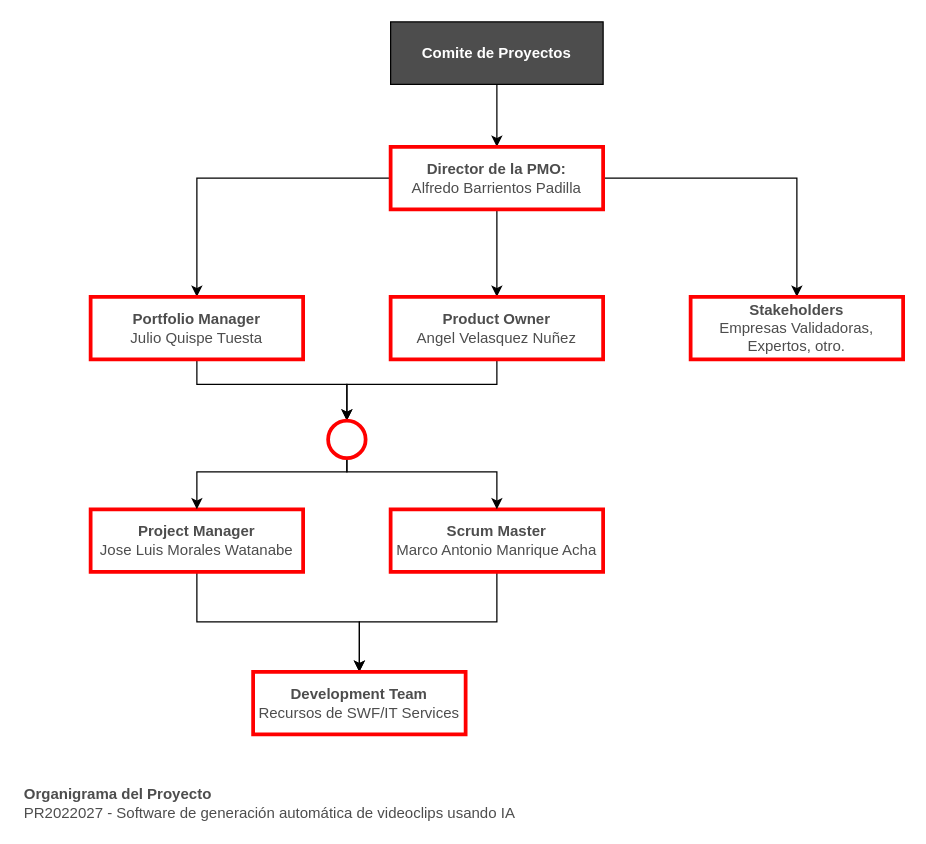
Above: drawio-diagrams/Organigrama.drawio in PR2022027/.github (draw.io), before the change. Source tidied: cells renumbered, new cells numbered last; positions are measured from the earlier drawing's top-left corner, leaving out a move shared by most shapes. Both pictures are drawn from the tidied source at 125%, with x=0, y=0 at pixel (21, 21).
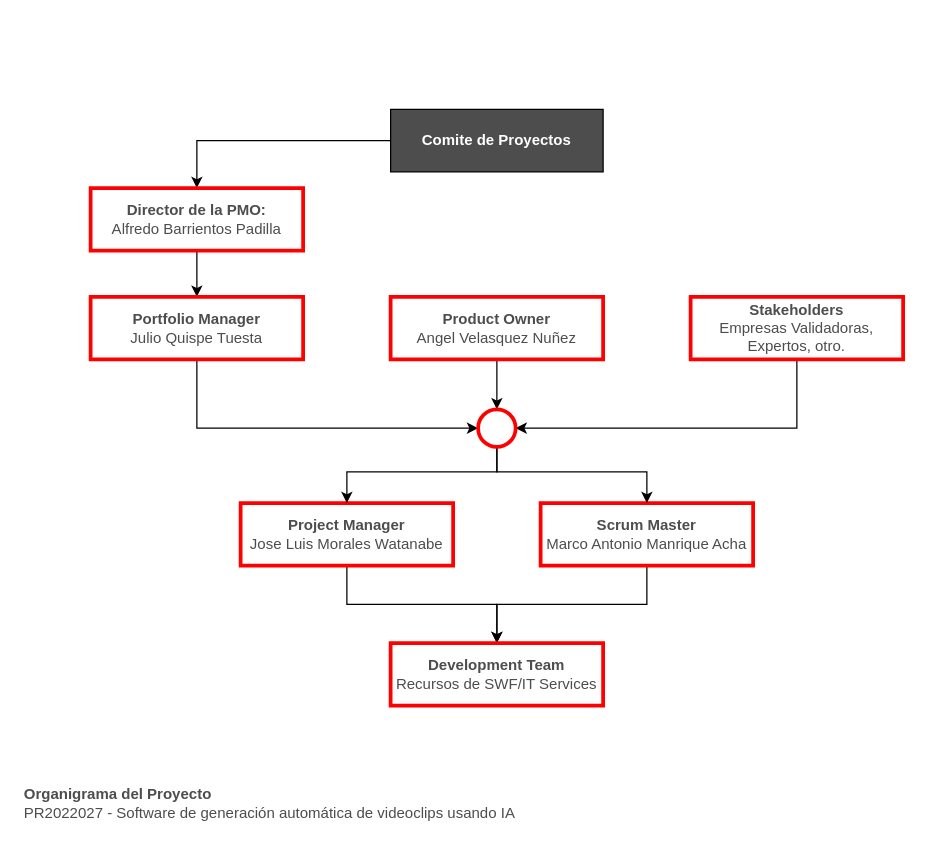
The same page after the edit.

The change refers to these unchanged cells:
```xml
<mxCell id="9" value="Portfolio Manager&lt;br&gt;&lt;span style=&quot;font-weight: normal;&quot;&gt;Julio Quispe Tuesta&lt;br&gt;&lt;/span&gt;" style="rounded=0;whiteSpace=wrap;html=1;fontStyle=1;fontColor=#4D4D4D;fillColor=#FFFFFF;strokeWidth=3;strokeColor=#FF0000;" parent="1" vertex="1">
  <mxGeometry x="55" y="220" width="170" height="50" as="geometry" />
</mxCell>
<mxCell id="11" value="Product Owner&lt;br&gt;&lt;span style=&quot;font-weight: normal;&quot;&gt;Angel Velasquez Nuñez&lt;br&gt;&lt;/span&gt;" style="rounded=0;whiteSpace=wrap;html=1;fontStyle=1;fontColor=#4D4D4D;fillColor=#FFFFFF;strokeWidth=3;strokeColor=#FF0000;" parent="1" vertex="1">
  <mxGeometry x="295" y="220" width="170" height="50" as="geometry" />
</mxCell>
<mxCell id="17" value="Stakeholders&lt;br&gt;&lt;span style=&quot;font-weight: normal;&quot;&gt;Empresas Validadoras, Expertos, otro.&lt;/span&gt;" style="rounded=0;whiteSpace=wrap;html=1;fontStyle=1;fontColor=#4D4D4D;fillColor=#FFFFFF;strokeWidth=3;strokeColor=#FF0000;" parent="1" vertex="1">
  <mxGeometry x="535" y="220" width="170" height="50" as="geometry" />
</mxCell>
```

Change to the diagram source:
```diff
@@
     <mxCell id="3" value="Comite de Proyectos" style="rounded=0;whiteSpace=wrap;html=1;fontStyle=1;fontColor=#FFFFFF;fillColor=#4D4D4D;" parent="1" vertex="1">
-      <mxGeometry x="295" width="170" height="50" as="geometry" />
+      <mxGeometry x="295" y="70" width="170" height="50" as="geometry" />
     </mxCell>
-    <mxCell id="4" style="edgeStyle=orthogonalEdgeStyle;rounded=0;jettySize=auto;html=1;fontColor=#4D4D4D;" parent="1" edge="1" source="7" target="11">
-      <mxGeometry relative="1" as="geometry" />
-    </mxCell>
-    <mxCell id="5" style="edgeStyle=orthogonalEdgeStyle;rounded=0;jettySize=auto;html=1;entryX=0.5;entryY=0;entryDx=0;entryDy=0;fontColor=#4D4D4D;" parent="1" edge="1" source="7" target="17">
-      <mxGeometry relative="1" as="geometry" />
-    </mxCell>
@@
     <mxCell id="7" value="Director de la PMO:&lt;br&gt;&lt;span style=&quot;font-weight: normal;&quot;&gt;Alfredo Barrientos Padilla&lt;br&gt;&lt;/span&gt;" style="rounded=0;whiteSpace=wrap;html=1;fontStyle=1;fontColor=#4D4D4D;fillColor=#FFFFFF;strokeWidth=3;strokeColor=#FF0000;" parent="1" vertex="1">
-      <mxGeometry x="295" y="100" width="170" height="50" as="geometry" />
+      <mxGeometry x="55" y="133" width="170" height="50" as="geometry" />
     </mxCell>
-    <mxCell id="8" style="edgeStyle=orthogonalEdgeStyle;rounded=0;jettySize=auto;html=1;entryX=0.5;entryY=0;entryDx=0;entryDy=0;fontColor=#4D4D4D;" parent="1" edge="1" source="9" target="20">
+    <mxCell id="8" style="edgeStyle=orthogonalEdgeStyle;rounded=0;jettySize=auto;html=1;entryX=0;entryY=0.5;entryDx=0;entryDy=0;" parent="1" edge="1" source="9" target="20">
       <mxGeometry relative="1" as="geometry">
         <Array as="points">
-          <mxPoint x="140" y="290" />
-          <mxPoint x="260" y="290" />
+          <mxPoint x="140" y="325" />
         </Array>
       </mxGeometry>
     </mxCell>
@@
-    <mxCell id="10" style="edgeStyle=orthogonalEdgeStyle;rounded=0;jettySize=auto;html=1;fontColor=#4D4D4D;entryX=0.5;entryY=0;entryDx=0;entryDy=0;" parent="1" edge="1" source="11" target="20">
-      <mxGeometry relative="1" as="geometry">
-        <Array as="points">
-          <mxPoint x="380" y="290" />
-          <mxPoint x="260" y="290" />
-        </Array>
-      </mxGeometry>
+    <mxCell id="10" style="edgeStyle=orthogonalEdgeStyle;rounded=0;jettySize=auto;html=1;entryX=0.5;entryY=0;entryDx=0;entryDy=0;" parent="1" edge="1" source="11" target="20">
+      <mxGeometry relative="1" as="geometry" />
     </mxCell>
@@
     <mxCell id="13" value="Project Manager&lt;br&gt;&lt;span style=&quot;font-weight: normal;&quot;&gt;Jose Luis Morales Watanabe&lt;br&gt;&lt;/span&gt;" style="rounded=0;whiteSpace=wrap;html=1;fontStyle=1;fontColor=#4D4D4D;fillColor=#FFFFFF;strokeWidth=3;strokeColor=#FF0000;" parent="1" vertex="1">
-      <mxGeometry x="55" y="390" width="170" height="50" as="geometry" />
+      <mxGeometry x="175" y="385" width="170" height="50" as="geometry" />
     </mxCell>
@@
     <mxCell id="15" value="Scrum Master&lt;br&gt;&lt;span style=&quot;font-weight: normal;&quot;&gt;Marco Antonio Manrique Acha&lt;br&gt;&lt;/span&gt;" style="rounded=0;whiteSpace=wrap;html=1;fontStyle=1;fontColor=#4D4D4D;fillColor=#FFFFFF;strokeWidth=3;strokeColor=#FF0000;" parent="1" vertex="1">
-      <mxGeometry x="295" y="390" width="170" height="50" as="geometry" />
+      <mxGeometry x="415" y="385" width="170" height="50" as="geometry" />
     </mxCell>
     <mxCell id="16" value="Development Team&lt;br&gt;&lt;span style=&quot;font-weight: normal;&quot;&gt;Recursos de SWF/IT Services&lt;/span&gt;" style="rounded=0;whiteSpace=wrap;html=1;fontStyle=1;fontColor=#4D4D4D;fillColor=#FFFFFF;strokeWidth=3;strokeColor=#FF0000;" parent="1" vertex="1">
-      <mxGeometry x="185" y="520" width="170" height="50" as="geometry" />
+      <mxGeometry x="295" y="497" width="170" height="50" as="geometry" />
     </mxCell>
+    <mxCell id="22" style="edgeStyle=orthogonalEdgeStyle;rounded=0;jettySize=auto;html=1;entryX=1;entryY=0.5;entryDx=0;entryDy=0;" parent="1" edge="1" source="17" target="20">
+      <mxGeometry relative="1" as="geometry">
+        <Array as="points">
+          <mxPoint x="620" y="325" />
+        </Array>
+      </mxGeometry>
+    </mxCell>
@@
     <mxCell id="18" style="edgeStyle=orthogonalEdgeStyle;rounded=0;jettySize=auto;html=1;entryX=0.5;entryY=0;entryDx=0;entryDy=0;fontColor=#4D4D4D;" parent="1" edge="1" source="20" target="13">
       <mxGeometry relative="1" as="geometry">
         <Array as="points">
-          <mxPoint x="140" y="360" />
+          <mxPoint x="380" y="360" />
+          <mxPoint x="260" y="360" />
         </Array>
       </mxGeometry>
     </mxCell>
@@
     <mxCell id="20" style="ellipse;whiteSpace=wrap;html=1;strokeColor=#FF0000;strokeWidth=3;fontColor=#4D4D4D;fillColor=#FFFFFF;" parent="1" vertex="1">
-      <mxGeometry x="245" y="319" width="30" height="30" as="geometry" />
+      <mxGeometry x="365" y="310" width="30" height="30" as="geometry" />
     </mxCell>
```
